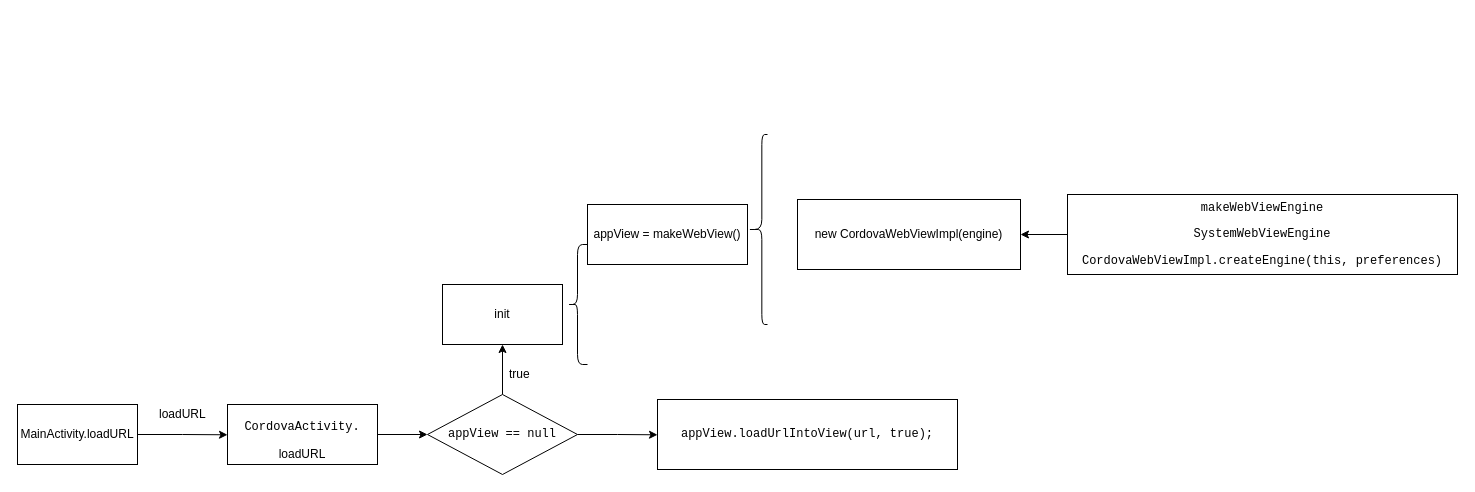
This is webview启动.drawio from leileizhou/pic, a draw.io file, before an edit. Source tidied: cells renumbered, new cells numbered last; positions are measured from the earlier drawing's top-left corner, leaving out a move shared by most shapes. Both pictures are drawn from the tidied source at 100%, with x=0, y=0 at pixel (17, 134).
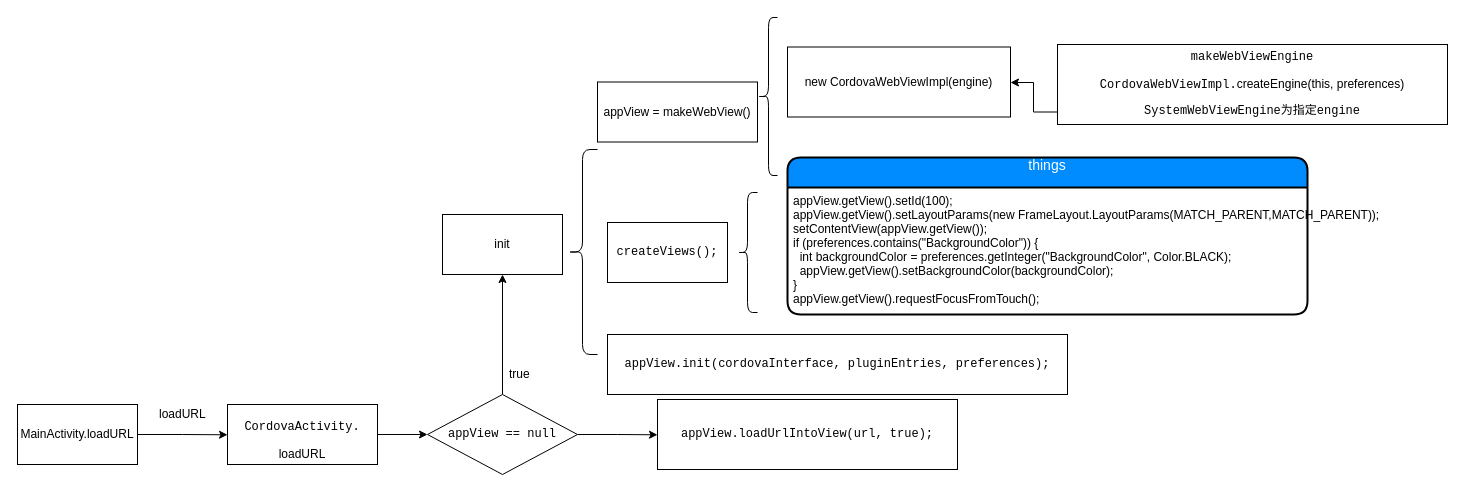
The same diagram, later.

Unchanged cells that the change refers to:
```xml
<mxCell id="9" value="&lt;pre&gt;&lt;span&gt;appView&lt;/span&gt; == &lt;span&gt;null&lt;/span&gt;&lt;/pre&gt;" style="rhombus;whiteSpace=wrap;html=1;" parent="1" vertex="1">
  <mxGeometry x="410" y="260" width="150" height="80" as="geometry" />
</mxCell>
```

Change to the diagram source:
```diff
@@
-    <mxCell id="7" style="edgeStyle=orthogonalEdgeStyle;rounded=0;jettySize=auto;html=1;" parent="1" edge="1" source="9">
-      <mxGeometry relative="1" as="geometry">
-        <mxPoint x="485" y="210" as="targetPoint" />
-      </mxGeometry>
+    <mxCell id="7" style="edgeStyle=orthogonalEdgeStyle;rounded=0;jettySize=auto;html=1;entryX=0.5;entryY=1;entryDx=0;entryDy=0;" parent="1" edge="1" source="9" target="11">
+      <mxGeometry relative="1" as="geometry" />
     </mxCell>
@@
     <mxCell id="11" value="init" style="rounded=0;whiteSpace=wrap;html=1;" parent="1" vertex="1">
-      <mxGeometry x="425" y="150" width="120" height="60" as="geometry" />
+      <mxGeometry x="425" y="80" width="120" height="60" as="geometry" />
     </mxCell>
     <mxCell id="12" value="appView =&amp;nbsp;&lt;span&gt;makeWebView&lt;/span&gt;&lt;span&gt;()&lt;/span&gt;&lt;br&gt;" style="rounded=0;whiteSpace=wrap;html=1;" parent="1" vertex="1">
-      <mxGeometry x="570" y="70" width="160" height="60" as="geometry" />
+      <mxGeometry x="580" y="-52.5" width="160" height="60" as="geometry" />
     </mxCell>
@@
-    <mxCell id="14" style="edgeStyle=orthogonalEdgeStyle;rounded=0;jettySize=auto;html=1;" parent="1" edge="1" source="15" target="18">
-      <mxGeometry relative="1" as="geometry" />
+    <mxCell id="14" style="edgeStyle=orthogonalEdgeStyle;rounded=0;jettySize=auto;html=1;" parent="1" edge="1" target="18">
+      <mxGeometry relative="1" as="geometry">
+        <mxPoint x="1040" y="-22.5" as="sourcePoint" />
+        <Array as="points">
+          <mxPoint x="1016" y="-22" />
+          <mxPoint x="1016" y="-52" />
+        </Array>
+      </mxGeometry>
     </mxCell>
-    <mxCell id="15" value="&lt;pre&gt;makeWebViewEngine&lt;/pre&gt;&lt;pre&gt;&lt;span&gt;SystemWebViewEngine&lt;/span&gt;&lt;/pre&gt;&lt;pre&gt;CordovaWebViewImpl.&lt;span&gt;createEngine&lt;/span&gt;(&lt;span&gt;this&lt;/span&gt;, &lt;span&gt;preferences&lt;/span&gt;)&lt;/pre&gt;" style="rounded=0;whiteSpace=wrap;html=1;" parent="1" vertex="1">
-      <mxGeometry x="1050" y="60" width="390" height="80" as="geometry" />
+    <mxCell id="15" value="&lt;pre&gt;makeWebViewEngine&lt;/pre&gt;&lt;pre&gt;CordovaWebViewImpl.&lt;span style=&quot;font-family: &amp;#34;helvetica&amp;#34; ; white-space: normal&quot;&gt;createEngine&lt;/span&gt;&lt;span style=&quot;font-family: &amp;#34;helvetica&amp;#34; ; white-space: normal&quot;&gt;(&lt;/span&gt;&lt;span style=&quot;font-family: &amp;#34;helvetica&amp;#34; ; white-space: normal&quot;&gt;this&lt;/span&gt;&lt;span style=&quot;font-family: &amp;#34;helvetica&amp;#34; ; white-space: normal&quot;&gt;, &lt;/span&gt;&lt;span style=&quot;font-family: &amp;#34;helvetica&amp;#34; ; white-space: normal&quot;&gt;preferences&lt;/span&gt;&lt;span style=&quot;font-family: &amp;#34;helvetica&amp;#34; ; white-space: normal&quot;&gt;)&lt;/span&gt;&lt;br&gt;&lt;/pre&gt;&lt;pre&gt;SystemWebViewEngine为指定engine&lt;/pre&gt;" style="rounded=0;whiteSpace=wrap;html=1;" parent="1" vertex="1">
+      <mxGeometry x="1040" y="-90" width="390" height="80" as="geometry" />
     </mxCell>
-    <mxCell id="16" style="shape=curlyBracket;whiteSpace=wrap;html=1;rounded=1;size=0.7166666666666686;" parent="1" vertex="1">
-      <mxGeometry x="730" width="20" height="190" as="geometry" />
+    <mxCell id="16" style="shape=curlyBracket;whiteSpace=wrap;html=1;rounded=1;size=0.5499999999999943;" parent="1" vertex="1">
+      <mxGeometry x="740" y="-117" width="20" height="158" as="geometry" />
     </mxCell>
     <mxCell id="17" style="shape=curlyBracket;whiteSpace=wrap;html=1;rounded=1;" parent="1" vertex="1">
-      <mxGeometry x="550" y="110" width="20" height="120" as="geometry" />
+      <mxGeometry x="550" y="15" width="30" height="205" as="geometry" />
     </mxCell>
     <mxCell id="18" value="new&amp;nbsp;&lt;span&gt;CordovaWebViewImpl(engine)&lt;/span&gt;" style="rounded=0;whiteSpace=wrap;html=1;" parent="1" vertex="1">
-      <mxGeometry x="780" y="65" width="223" height="70" as="geometry" />
+      <mxGeometry x="770" y="-87.5" width="223" height="70" as="geometry" />
     </mxCell>
+    <mxCell id="19" value="&lt;pre&gt;&lt;span&gt;createViews&lt;/span&gt;();&lt;/pre&gt;" style="rounded=0;whiteSpace=wrap;html=1;" parent="1" vertex="1">
+      <mxGeometry x="590" y="88" width="120" height="60" as="geometry" />
+    </mxCell>
+    <mxCell id="20" style="shape=curlyBracket;whiteSpace=wrap;html=1;rounded=1;" parent="1" vertex="1">
+      <mxGeometry x="720" y="58" width="20" height="120" as="geometry" />
+    </mxCell>
+    <mxCell id="21" value="&lt;br&gt;&lt;br&gt;&lt;br&gt;&lt;br&gt;&lt;br&gt;&lt;br&gt;" style="text;html=1;align=left;verticalAlign=top;spacingTop=-4;" parent="1" vertex="1">
+      <mxGeometry x="810" y="28" width="20" height="90" as="geometry" />
+    </mxCell>
+    <mxCell id="22" value="&lt;br&gt;&lt;br&gt;&lt;br&gt;&lt;br&gt;&lt;br&gt;&lt;br&gt;" style="text;html=1;align=left;verticalAlign=top;spacingTop=-4;" parent="1" vertex="1">
+      <mxGeometry x="820" y="35" width="20" height="90" as="geometry" />
+    </mxCell>
+    <mxCell id="23" value="things&#10;" style="swimlane;horizontal=1;startSize=30;fillColor=#008cff;fontColor=#FFFFFF;rounded=1;fontSize=14;fontStyle=0;strokeWidth=2;shadow=0;dashed=0;align=center;" parent="1" vertex="1">
+      <mxGeometry x="770" y="23" width="520" height="157" as="geometry" />
+    </mxCell>
+    <mxCell id="24" value="appView.getView().setId(100);&#10;appView.getView().setLayoutParams(new FrameLayout.LayoutParams(MATCH_PARENT,MATCH_PARENT));&#10;setContentView(appView.getView());&#10;if (preferences.contains(&quot;BackgroundColor&quot;)) {&#10;  int backgroundColor = preferences.getInteger(&quot;BackgroundColor&quot;, Color.BLACK);&#10;  appView.getView().setBackgroundColor(backgroundColor);&#10;    }&#10;appView.getView().requestFocusFromTouch();" style="align=left;strokeColor=none;fillColor=none;spacingLeft=4;fontSize=12;verticalAlign=top;" parent="23" vertex="1">
+      <mxGeometry y="30" width="520" height="127" as="geometry" />
+    </mxCell>
+    <mxCell id="25" value="&lt;pre&gt;&lt;span&gt;appView&lt;/span&gt;.init(&lt;span&gt;cordovaInterface&lt;/span&gt;, &lt;span&gt;pluginEntries&lt;/span&gt;, &lt;span&gt;preferences&lt;/span&gt;);&lt;/pre&gt;" style="rounded=0;whiteSpace=wrap;html=1;" parent="1" vertex="1">
+      <mxGeometry x="590" y="200" width="460" height="60" as="geometry" />
+    </mxCell>
```
